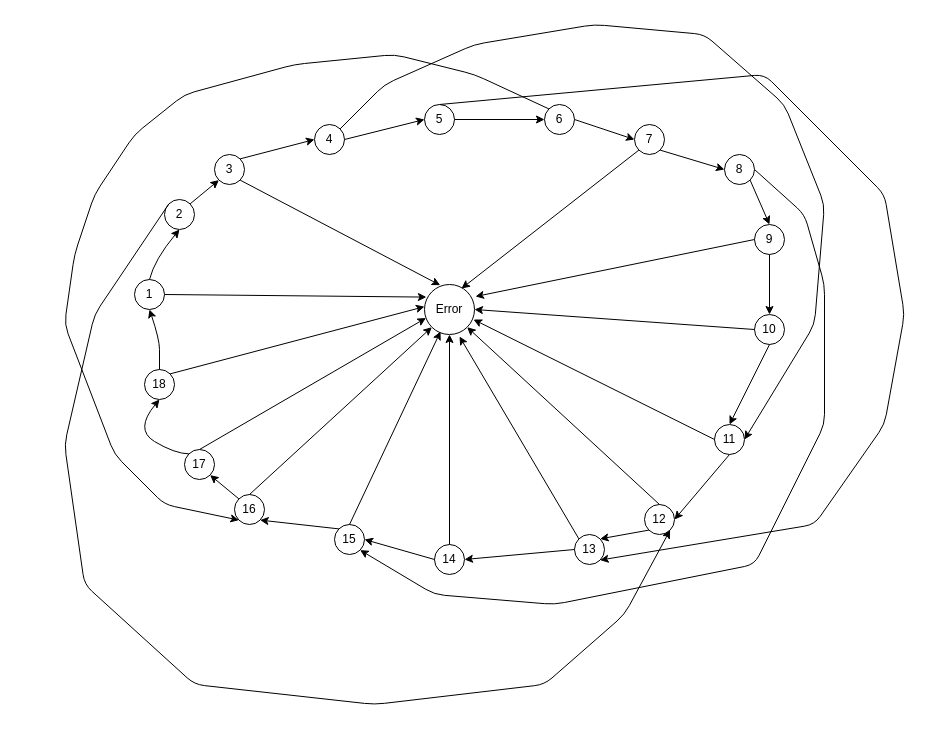
Before: kurs.drawio in Merfarion/Diagrams-and-schemes, a draw.io diagram. Source tidied: cells renumbered, new cells numbered last; positions are measured from the earlier drawing's top-left corner, leaving out a move shared by most shapes. Both pictures are drawn from the tidied source at 100%, with x=0, y=0 at pixel (64, 24).
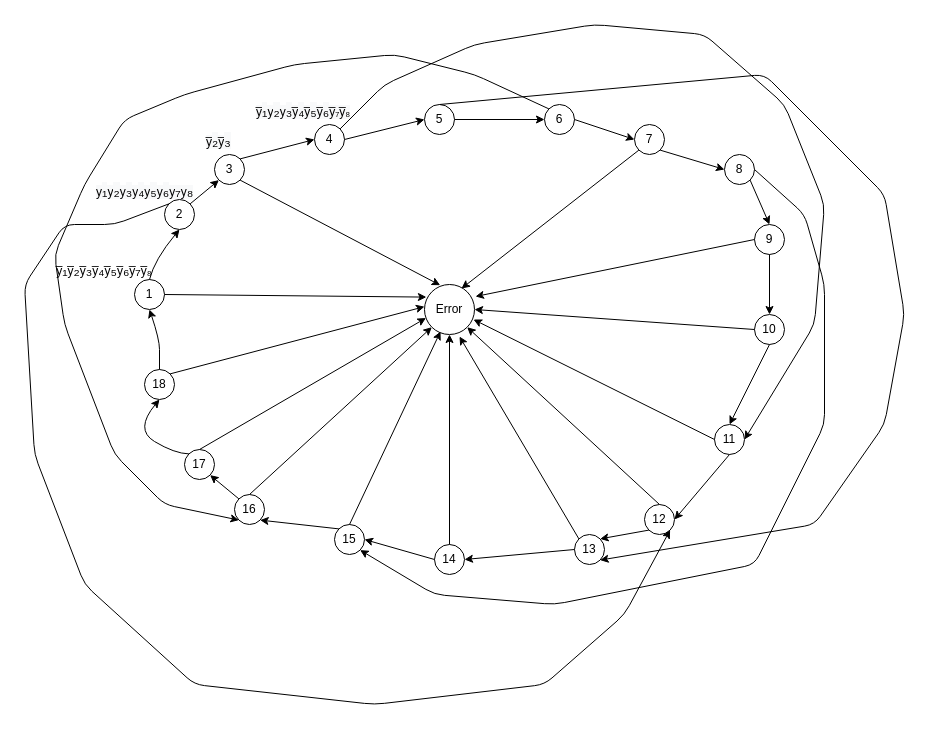
After the change.

The change refers to these unchanged cells:
```xml
<mxCell id="3" value="2" style="ellipse;whiteSpace=wrap;html=1;strokeWidth=1;" parent="1" vertex="1">
  <mxGeometry x="100" y="175" width="30" height="30" as="geometry" />
</mxCell>
<mxCell id="7" value="6" style="ellipse;whiteSpace=wrap;html=1;strokeWidth=1;" parent="1" vertex="1">
  <mxGeometry x="480" y="80" width="30" height="30" as="geometry" />
</mxCell>
<mxCell id="13" value="12" style="ellipse;whiteSpace=wrap;html=1;strokeWidth=1;" parent="1" vertex="1">
  <mxGeometry x="580" y="480" width="30" height="30" as="geometry" />
</mxCell>
<mxCell id="17" value="16" style="ellipse;whiteSpace=wrap;html=1;strokeWidth=1;" parent="1" vertex="1">
  <mxGeometry x="170" y="470" width="30" height="30" as="geometry" />
</mxCell>
```

What changed in the source:
```diff
@@
     <mxCell id="40" style="endArrow=classic;html=1;strokeWidth=1;exitX=0;exitY=0;exitDx=0;exitDy=0;entryX=1;entryY=1;entryDx=0;entryDy=0;" parent="1" edge="1" source="3" target="13">
       <mxGeometry relative="1" as="geometry">
         <Array as="points">
-          <mxPoint x="30" y="290" />
-          <mxPoint y="420" />
+          <mxPoint x="50" y="200" />
+          <mxPoint y="200" />
+          <mxPoint x="-40" y="260" />
+          <mxPoint x="-30" y="430" />
           <mxPoint x="20" y="560" />
           <mxPoint x="130" y="660" />
           <mxPoint x="310" y="680" />
           <mxPoint x="480" y="660" />
           <mxPoint x="560" y="590" />
         </Array>
       </mxGeometry>
     </mxCell>
@@
     <mxCell id="44" style="endArrow=classic;html=1;strokeWidth=1;exitX=0;exitY=0;exitDx=0;exitDy=0;entryX=0;entryY=1;entryDx=0;entryDy=0;" parent="1" edge="1" source="7" target="17">
       <mxGeometry relative="1" as="geometry">
         <Array as="points">
           <mxPoint x="410" y="50" />
           <mxPoint x="330" y="30" />
           <mxPoint x="230" y="40" />
           <mxPoint x="120" y="70" />
-          <mxPoint x="70" y="110" />
-          <mxPoint x="30" y="170" />
-          <mxPoint x="10" y="230" />
+          <mxPoint x="60" y="95" />
+          <mxPoint x="20" y="160" />
+          <mxPoint x="-10" y="230" />
           <mxPoint y="300" />
           <mxPoint x="50" y="430" />
           <mxPoint x="100" y="480" />
         </Array>
       </mxGeometry>
     </mxCell>
@@
+    <mxCell id="57" value="y̅&lt;font style=&quot;font-size: 16px&quot;&gt;₁&lt;/font&gt;y̅&lt;font style=&quot;font-size: 16px&quot;&gt;₂&lt;/font&gt;y̅&lt;font style=&quot;font-size: 16px&quot;&gt;₃&lt;/font&gt;y̅&lt;font style=&quot;font-size: 15px&quot;&gt;₄&lt;/font&gt;y̅&lt;font style=&quot;font-size: 16px&quot;&gt;₅&lt;/font&gt;y̅&lt;font style=&quot;font-size: 16px&quot;&gt;₆&lt;/font&gt;y̅&lt;font style=&quot;font-size: 16px&quot;&gt;₇&lt;/font&gt;y̅₈" style="text;html=1;strokeColor=none;fillColor=none;align=center;verticalAlign=middle;whiteSpace=wrap;rounded=0;" parent="1" vertex="1">
+      <mxGeometry y="235" width="80" height="20" as="geometry" />
+    </mxCell>
+    <mxCell id="58" value="&lt;span style=&quot;color: rgb(0 , 0 , 0) ; font-family: &amp;#34;helvetica&amp;#34; ; font-size: 12px ; font-style: normal ; font-weight: 400 ; letter-spacing: normal ; text-align: center ; text-indent: 0px ; text-transform: none ; word-spacing: 0px ; background-color: rgb(248 , 249 , 250) ; display: inline ; float: none&quot;&gt;y&lt;/span&gt;&lt;font style=&quot;color: rgb(0 , 0 , 0) ; font-family: &amp;#34;helvetica&amp;#34; ; font-style: normal ; font-weight: 400 ; letter-spacing: normal ; text-align: center ; text-indent: 0px ; text-transform: none ; word-spacing: 0px ; background-color: rgb(248 , 249 , 250) ; font-size: 16px&quot;&gt;₁&lt;/font&gt;&lt;span style=&quot;color: rgb(0 , 0 , 0) ; font-family: &amp;#34;helvetica&amp;#34; ; font-size: 12px ; font-style: normal ; font-weight: 400 ; letter-spacing: normal ; text-align: center ; text-indent: 0px ; text-transform: none ; word-spacing: 0px ; background-color: rgb(248 , 249 , 250) ; display: inline ; float: none&quot;&gt;y&lt;/span&gt;&lt;font style=&quot;color: rgb(0 , 0 , 0) ; font-family: &amp;#34;helvetica&amp;#34; ; font-style: normal ; font-weight: 400 ; letter-spacing: normal ; text-align: center ; text-indent: 0px ; text-transform: none ; word-spacing: 0px ; background-color: rgb(248 , 249 , 250) ; font-size: 16px&quot;&gt;₂&lt;/font&gt;&lt;span style=&quot;color: rgb(0 , 0 , 0) ; font-family: &amp;#34;helvetica&amp;#34; ; font-size: 12px ; font-style: normal ; font-weight: 400 ; letter-spacing: normal ; text-align: center ; text-indent: 0px ; text-transform: none ; word-spacing: 0px ; background-color: rgb(248 , 249 , 250) ; display: inline ; float: none&quot;&gt;y&lt;/span&gt;&lt;font style=&quot;color: rgb(0 , 0 , 0) ; font-family: &amp;#34;helvetica&amp;#34; ; font-style: normal ; font-weight: 400 ; letter-spacing: normal ; text-align: center ; text-indent: 0px ; text-transform: none ; word-spacing: 0px ; background-color: rgb(248 , 249 , 250) ; font-size: 16px&quot;&gt;₃&lt;/font&gt;&lt;span style=&quot;color: rgb(0 , 0 , 0) ; font-family: &amp;#34;helvetica&amp;#34; ; font-size: 12px ; font-style: normal ; font-weight: 400 ; letter-spacing: normal ; text-align: center ; text-indent: 0px ; text-transform: none ; word-spacing: 0px ; background-color: rgb(248 , 249 , 250) ; display: inline ; float: none&quot;&gt;y&lt;/span&gt;&lt;font style=&quot;color: rgb(0 , 0 , 0) ; font-family: &amp;#34;helvetica&amp;#34; ; font-style: normal ; font-weight: 400 ; letter-spacing: normal ; text-align: center ; text-indent: 0px ; text-transform: none ; word-spacing: 0px ; background-color: rgb(248 , 249 , 250) ; font-size: 15px&quot;&gt;₄&lt;/font&gt;&lt;span style=&quot;color: rgb(0 , 0 , 0) ; font-family: &amp;#34;helvetica&amp;#34; ; font-size: 12px ; font-style: normal ; font-weight: 400 ; letter-spacing: normal ; text-align: center ; text-indent: 0px ; text-transform: none ; word-spacing: 0px ; background-color: rgb(248 , 249 , 250) ; display: inline ; float: none&quot;&gt;y&lt;/span&gt;&lt;font style=&quot;color: rgb(0 , 0 , 0) ; font-family: &amp;#34;helvetica&amp;#34; ; font-style: normal ; font-weight: 400 ; letter-spacing: normal ; text-align: center ; text-indent: 0px ; text-transform: none ; word-spacing: 0px ; background-color: rgb(248 , 249 , 250) ; font-size: 16px&quot;&gt;₅&lt;/font&gt;&lt;span style=&quot;color: rgb(0 , 0 , 0) ; font-family: &amp;#34;helvetica&amp;#34; ; font-size: 12px ; font-style: normal ; font-weight: 400 ; letter-spacing: normal ; text-align: center ; text-indent: 0px ; text-transform: none ; word-spacing: 0px ; background-color: rgb(248 , 249 , 250) ; display: inline ; float: none&quot;&gt;y&lt;/span&gt;&lt;font style=&quot;color: rgb(0 , 0 , 0) ; font-family: &amp;#34;helvetica&amp;#34; ; font-style: normal ; font-weight: 400 ; letter-spacing: normal ; text-align: center ; text-indent: 0px ; text-transform: none ; word-spacing: 0px ; background-color: rgb(248 , 249 , 250) ; font-size: 16px&quot;&gt;₆&lt;/font&gt;&lt;span style=&quot;color: rgb(0 , 0 , 0) ; font-family: &amp;#34;helvetica&amp;#34; ; font-size: 12px ; font-style: normal ; font-weight: 400 ; letter-spacing: normal ; text-align: center ; text-indent: 0px ; text-transform: none ; word-spacing: 0px ; background-color: rgb(248 , 249 , 250) ; display: inline ; float: none&quot;&gt;y&lt;/span&gt;&lt;span style=&quot;color: rgb(0 , 0 , 0) ; font-family: &amp;#34;helvetica&amp;#34; ; font-style: normal ; font-weight: 400 ; letter-spacing: normal ; text-align: center ; text-indent: 0px ; text-transform: none ; word-spacing: 0px ; background-color: rgb(248 , 249 , 250) ; display: inline ; float: none&quot;&gt;&lt;font style=&quot;font-size: 16px&quot;&gt;₇&lt;/font&gt;&lt;/span&gt;&lt;span style=&quot;color: rgb(0 , 0 , 0) ; font-family: &amp;#34;helvetica&amp;#34; ; font-size: 12px ; font-style: normal ; font-weight: 400 ; letter-spacing: normal ; text-align: center ; text-indent: 0px ; text-transform: none ; word-spacing: 0px ; background-color: rgb(248 , 249 , 250) ; display: inline ; float: none&quot;&gt;y&lt;/span&gt;&lt;span style=&quot;color: rgb(0 , 0 , 0) ; font-family: &amp;#34;helvetica&amp;#34; ; font-style: normal ; font-weight: 400 ; letter-spacing: normal ; text-align: center ; text-indent: 0px ; text-transform: none ; word-spacing: 0px ; background-color: rgb(248 , 249 , 250) ; display: inline ; float: none&quot;&gt;&lt;font style=&quot;font-size: 16px&quot;&gt;₈&lt;/font&gt;&lt;/span&gt;" style="text;whiteSpace=wrap;html=1;" parent="1" vertex="1">
+      <mxGeometry x="30" y="150" width="90" height="25" as="geometry" />
+    </mxCell>
+    <mxCell id="59" value="&lt;span style=&quot;color: rgb(0, 0, 0); font-family: helvetica; font-size: 12px; font-style: normal; font-weight: 400; letter-spacing: normal; text-align: center; text-indent: 0px; text-transform: none; word-spacing: 0px; background-color: rgb(248, 249, 250); display: inline; float: none;&quot;&gt;y̅&lt;/span&gt;&lt;font style=&quot;color: rgb(0, 0, 0); font-family: helvetica; font-style: normal; font-weight: 400; letter-spacing: normal; text-align: center; text-indent: 0px; text-transform: none; word-spacing: 0px; background-color: rgb(248, 249, 250); font-size: 16px;&quot;&gt;₂&lt;/font&gt;&lt;span style=&quot;color: rgb(0, 0, 0); font-family: helvetica; font-size: 12px; font-style: normal; font-weight: 400; letter-spacing: normal; text-align: center; text-indent: 0px; text-transform: none; word-spacing: 0px; background-color: rgb(248, 249, 250); display: inline; float: none;&quot;&gt;y̅&lt;/span&gt;&lt;font style=&quot;color: rgb(0, 0, 0); font-family: helvetica; font-style: normal; font-weight: 400; letter-spacing: normal; text-align: center; text-indent: 0px; text-transform: none; word-spacing: 0px; background-color: rgb(248, 249, 250); font-size: 16px;&quot;&gt;₃&lt;/font&gt;" style="text;whiteSpace=wrap;html=1;" parent="1" vertex="1">
+      <mxGeometry x="140" y="100" width="50" height="30" as="geometry" />
+    </mxCell>
+    <mxCell id="60" value="&lt;span style=&quot;color: rgb(0 , 0 , 0) ; font-family: &amp;#34;helvetica&amp;#34; ; font-size: 12px ; font-style: normal ; font-weight: 400 ; letter-spacing: normal ; text-align: center ; text-indent: 0px ; text-transform: none ; word-spacing: 0px ; background-color: rgb(248 , 249 , 250) ; display: inline ; float: none&quot;&gt;y̅&lt;/span&gt;&lt;font style=&quot;color: rgb(0 , 0 , 0) ; font-family: &amp;#34;helvetica&amp;#34; ; font-style: normal ; font-weight: 400 ; letter-spacing: normal ; text-align: center ; text-indent: 0px ; text-transform: none ; word-spacing: 0px ; background-color: rgb(248 , 249 , 250) ; font-size: 16px&quot;&gt;₁&lt;/font&gt;&lt;span style=&quot;color: rgb(0 , 0 , 0) ; font-family: &amp;#34;helvetica&amp;#34; ; font-size: 12px ; font-style: normal ; font-weight: 400 ; letter-spacing: normal ; text-align: center ; text-indent: 0px ; text-transform: none ; word-spacing: 0px ; background-color: rgb(248 , 249 , 250) ; display: inline ; float: none&quot;&gt;y&lt;/span&gt;&lt;font style=&quot;color: rgb(0 , 0 , 0) ; font-family: &amp;#34;helvetica&amp;#34; ; font-style: normal ; font-weight: 400 ; letter-spacing: normal ; text-align: center ; text-indent: 0px ; text-transform: none ; word-spacing: 0px ; background-color: rgb(248 , 249 , 250) ; font-size: 16px&quot;&gt;₂&lt;/font&gt;&lt;span style=&quot;color: rgb(0 , 0 , 0) ; font-family: &amp;#34;helvetica&amp;#34; ; font-size: 12px ; font-style: normal ; font-weight: 400 ; letter-spacing: normal ; text-align: center ; text-indent: 0px ; text-transform: none ; word-spacing: 0px ; background-color: rgb(248 , 249 , 250) ; display: inline ; float: none&quot;&gt;y&lt;/span&gt;&lt;font style=&quot;color: rgb(0 , 0 , 0) ; font-family: &amp;#34;helvetica&amp;#34; ; font-style: normal ; font-weight: 400 ; letter-spacing: normal ; text-align: center ; text-indent: 0px ; text-transform: none ; word-spacing: 0px ; background-color: rgb(248 , 249 , 250) ; font-size: 16px&quot;&gt;₃&lt;/font&gt;&lt;span style=&quot;color: rgb(0 , 0 , 0) ; font-family: &amp;#34;helvetica&amp;#34; ; font-size: 12px ; font-style: normal ; font-weight: 400 ; letter-spacing: normal ; text-align: center ; text-indent: 0px ; text-transform: none ; word-spacing: 0px ; background-color: rgb(248 , 249 , 250) ; display: inline ; float: none&quot;&gt;y̅&lt;/span&gt;&lt;font style=&quot;color: rgb(0 , 0 , 0) ; font-family: &amp;#34;helvetica&amp;#34; ; font-style: normal ; font-weight: 400 ; letter-spacing: normal ; text-align: center ; text-indent: 0px ; text-transform: none ; word-spacing: 0px ; background-color: rgb(248 , 249 , 250) ; font-size: 15px&quot;&gt;₄&lt;/font&gt;&lt;span style=&quot;color: rgb(0 , 0 , 0) ; font-family: &amp;#34;helvetica&amp;#34; ; font-size: 12px ; font-style: normal ; font-weight: 400 ; letter-spacing: normal ; text-align: center ; text-indent: 0px ; text-transform: none ; word-spacing: 0px ; background-color: rgb(248 , 249 , 250) ; display: inline ; float: none&quot;&gt;y̅&lt;/span&gt;&lt;font style=&quot;color: rgb(0 , 0 , 0) ; font-family: &amp;#34;helvetica&amp;#34; ; font-style: normal ; font-weight: 400 ; letter-spacing: normal ; text-align: center ; text-indent: 0px ; text-transform: none ; word-spacing: 0px ; background-color: rgb(248 , 249 , 250) ; font-size: 16px&quot;&gt;₅&lt;/font&gt;&lt;span style=&quot;color: rgb(0 , 0 , 0) ; font-family: &amp;#34;helvetica&amp;#34; ; font-size: 12px ; font-style: normal ; font-weight: 400 ; letter-spacing: normal ; text-align: center ; text-indent: 0px ; text-transform: none ; word-spacing: 0px ; background-color: rgb(248 , 249 , 250) ; display: inline ; float: none&quot;&gt;y̅&lt;/span&gt;&lt;font style=&quot;color: rgb(0 , 0 , 0) ; font-family: &amp;#34;helvetica&amp;#34; ; font-style: normal ; font-weight: 400 ; letter-spacing: normal ; text-align: center ; text-indent: 0px ; text-transform: none ; word-spacing: 0px ; background-color: rgb(248 , 249 , 250) ; font-size: 16px&quot;&gt;₆&lt;/font&gt;&lt;span style=&quot;color: rgb(0 , 0 , 0) ; font-family: &amp;#34;helvetica&amp;#34; ; font-size: 12px ; font-style: normal ; font-weight: 400 ; letter-spacing: normal ; text-align: center ; text-indent: 0px ; text-transform: none ; word-spacing: 0px ; background-color: rgb(248 , 249 , 250) ; display: inline ; float: none&quot;&gt;y̅₇y̅₈&lt;/span&gt;" style="text;whiteSpace=wrap;html=1;" parent="1" vertex="1">
+      <mxGeometry x="190" y="70" width="110" height="30" as="geometry" />
+    </mxCell>
```
